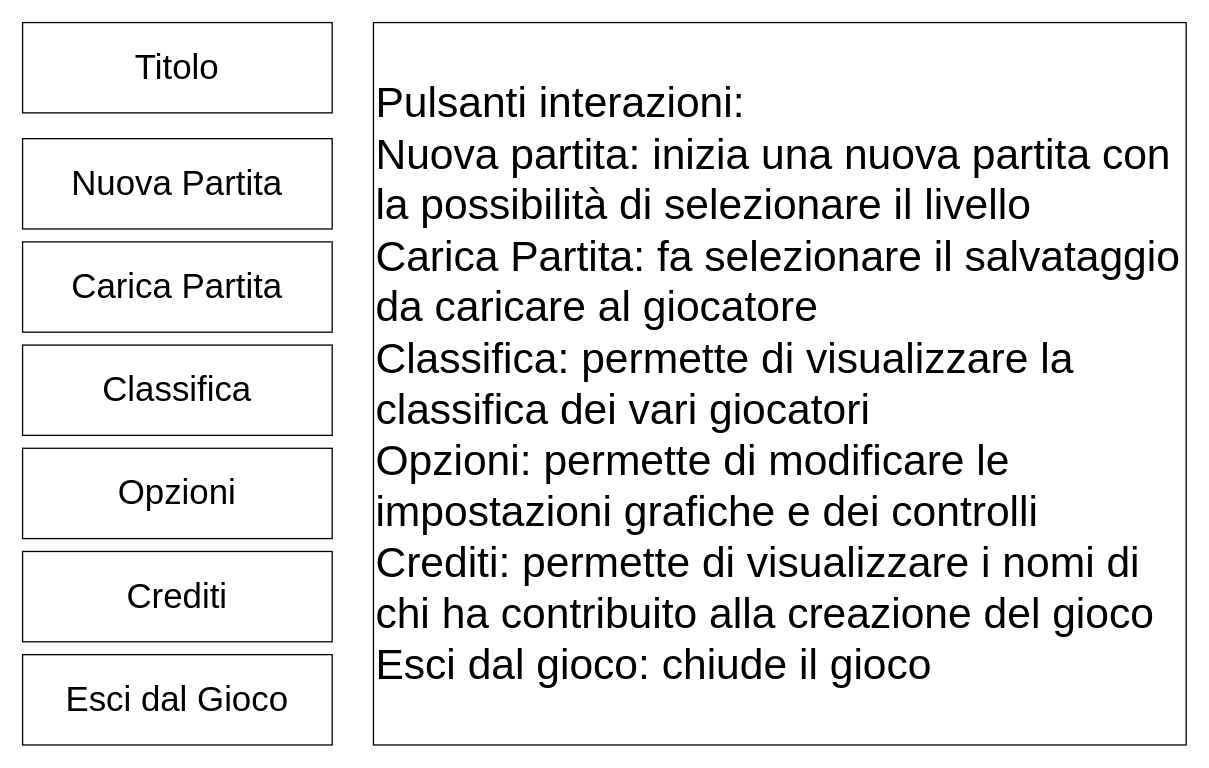
This is doc/Progetti Drawio/StoryboardMenuIniziale.drawio from zSavT/Healthy-Catering, a draw.io file, before an edit. Source tidied: cells renumbered, new cells numbered last; positions are measured from the earlier drawing's top-left corner, leaving out a move shared by most shapes. Both pictures are drawn from the tidied source at 129%, with x=0, y=0 at pixel (22, 22).
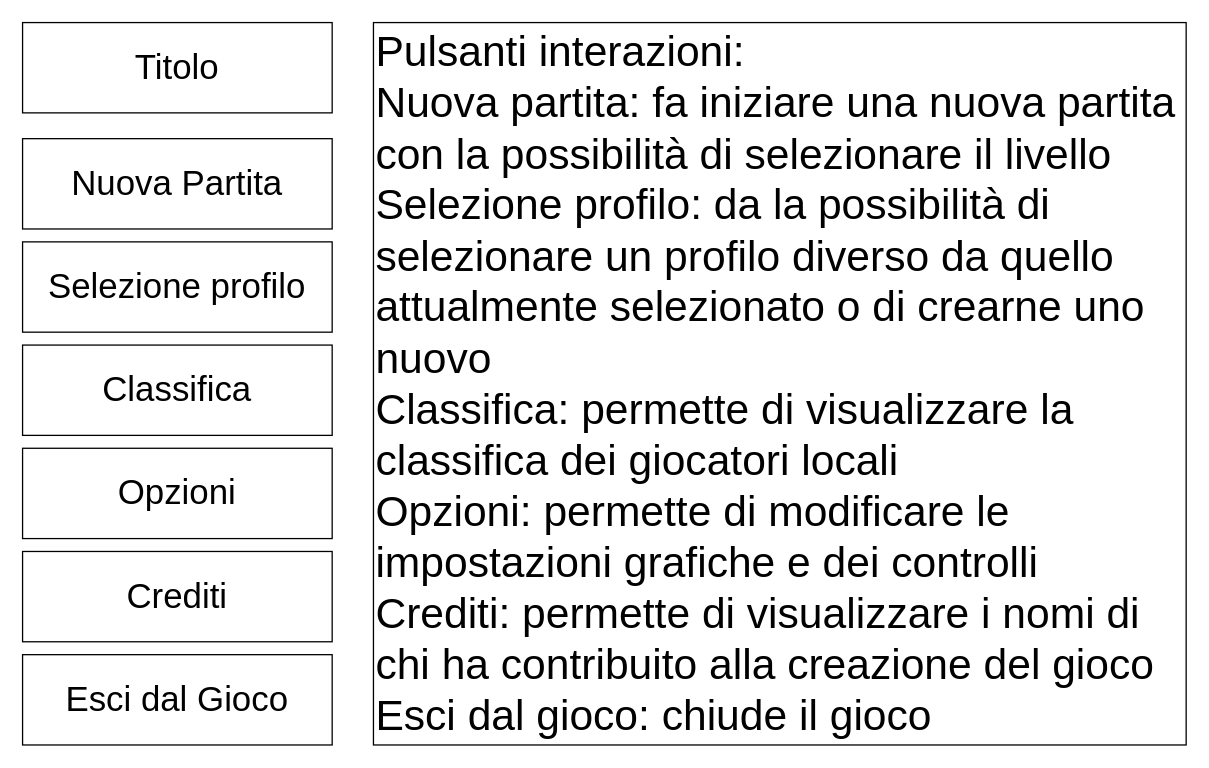
The same page after the edit.

Commit message (it also covers changes not shown here):
aggiornati storyboard

Change to the diagram source:
```diff
@@
 <mxGraphModel>
   <root>
     <mxCell id="0" />
     <mxCell id="1" parent="0" />
     <mxCell id="2" value="Nuova Partita" style="rounded=0;whiteSpace=wrap;html=1;fontSize=27;" parent="1" vertex="1">
       <mxGeometry y="90" width="240" height="70" as="geometry" />
     </mxCell>
-    <mxCell id="3" value="Carica Partita" style="rounded=0;whiteSpace=wrap;html=1;fontSize=27;" parent="1" vertex="1">
+    <mxCell id="3" value="Selezione profilo" style="rounded=0;whiteSpace=wrap;html=1;fontSize=27;" parent="1" vertex="1">
       <mxGeometry y="170" width="240" height="70" as="geometry" />
     </mxCell>
     <mxCell id="4" value="Classifica&lt;br style=&quot;font-size: 27px;&quot;&gt;" style="rounded=0;whiteSpace=wrap;html=1;fontSize=27;" parent="1" vertex="1">
       <mxGeometry y="250" width="240" height="70" as="geometry" />
     </mxCell>
     <mxCell id="5" value="Opzioni" style="rounded=0;whiteSpace=wrap;html=1;fontSize=27;" parent="1" vertex="1">
       <mxGeometry y="330" width="240" height="70" as="geometry" />
     </mxCell>
     <mxCell id="6" value="Crediti" style="rounded=0;whiteSpace=wrap;html=1;fontSize=27;" parent="1" vertex="1">
       <mxGeometry y="410" width="240" height="70" as="geometry" />
     </mxCell>
     <mxCell id="7" value="Esci dal Gioco" style="rounded=0;whiteSpace=wrap;html=1;fontSize=27;" parent="1" vertex="1">
       <mxGeometry y="490" width="240" height="70" as="geometry" />
     </mxCell>
-    <mxCell id="8" value="&lt;font style=&quot;font-size: 33px;&quot;&gt;Pulsanti interazioni:&lt;br&gt;Nuova partita: inizia una nuova partita con la possibilità di selezionare il livello&lt;br&gt;Carica Partita: fa selezionare il salvataggio da caricare al giocatore&lt;br&gt;Classifica: permette di visualizzare la classifica dei vari giocatori&lt;br&gt;Opzioni: permette di modificare le impostazioni grafiche e dei controlli&lt;br&gt;Crediti: permette di visualizzare i nomi di chi ha contribuito alla creazione del gioco&lt;br&gt;Esci dal gioco: chiude il gioco&lt;br&gt;&lt;/font&gt;" style="rounded=0;whiteSpace=wrap;html=1;fontSize=27;align=left;" parent="1" vertex="1">
+    <mxCell id="8" value="&lt;font style=&quot;font-size: 33px;&quot;&gt;Pulsanti interazioni:&lt;br&gt;Nuova partita: fa iniziare una nuova partita con la possibilità di selezionare il livello&lt;br&gt;Selezione profilo: da la possibilità di selezionare un profilo diverso da quello attualmente selezionato o di crearne uno nuovo&lt;br&gt;Classifica: permette di visualizzare la classifica dei giocatori locali&lt;br&gt;Opzioni: permette di modificare le impostazioni grafiche e dei controlli&lt;br&gt;Crediti: permette di visualizzare i nomi di chi ha contribuito alla creazione del gioco&lt;br&gt;Esci dal gioco: chiude il gioco&lt;br&gt;&lt;/font&gt;" style="rounded=0;whiteSpace=wrap;html=1;fontSize=27;align=left;" parent="1" vertex="1">
       <mxGeometry x="272" width="630" height="560" as="geometry" />
     </mxCell>
     <mxCell id="9" value="Titolo" style="rounded=0;whiteSpace=wrap;html=1;fontSize=27;" parent="1" vertex="1">
       <mxGeometry width="240" height="70" as="geometry" />
     </mxCell>
   </root>
 </mxGraphModel>
```
